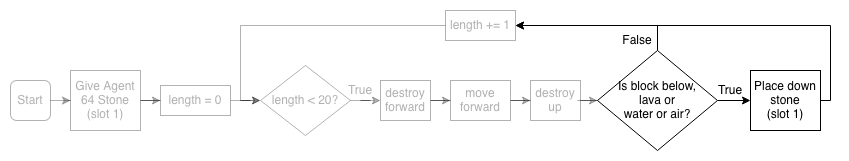
Before: tutorials/python-islands/island-7/autominer/images/flowchart-landscape_4.png, a diagram exported from draw.io (CausewayDigital/Minecraft-EE-MakeCode). Source tidied: cells renumbered, new cells last; positions are measured from the earlier drawing's top-left corner, leaving out a move shared by most shapes.
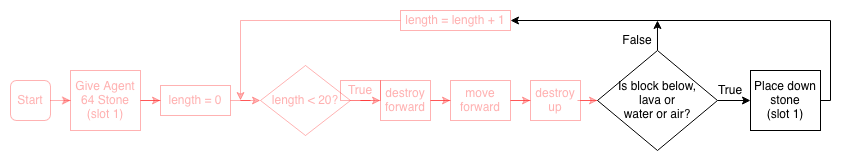
After the commit.

Commit message:
Updated flowchart images autominer island 7

The edit, as a diff of the source:
```diff
@@ -2,51 +2,56 @@
   <root>
     <mxCell id="0" />
     <mxCell id="1" parent="0" />
-    <mxCell id="2" style="edgeStyle=orthogonalEdgeStyle;rounded=0;jettySize=auto;html=1;opacity=30;textOpacity=30;" parent="1" edge="1" source="3" target="5">
+    <mxCell id="2" style="edgeStyle=orthogonalEdgeStyle;rounded=0;jettySize=auto;html=1;fontColor=#FF0000;textOpacity=30;strokeColor=#FF0000;opacity=30;" parent="1" edge="1" source="3" target="5">
       <mxGeometry relative="1" as="geometry" />
     </mxCell>
-    <mxCell id="3" value="Start" style="rounded=1;whiteSpace=wrap;html=1;opacity=30;textOpacity=30;" parent="1" vertex="1">
+    <mxCell id="3" value="Start" style="rounded=1;whiteSpace=wrap;html=1;fontColor=#FF0000;textOpacity=30;strokeColor=#FF0000;opacity=30;" parent="1" vertex="1">
       <mxGeometry y="70" width="40" height="40" as="geometry" />
     </mxCell>
-    <mxCell id="4" style="edgeStyle=orthogonalEdgeStyle;rounded=0;jettySize=auto;html=1;opacity=30;textOpacity=30;" parent="1" edge="1" source="5" target="7">
+    <mxCell id="4" style="edgeStyle=orthogonalEdgeStyle;rounded=0;jettySize=auto;html=1;fontColor=#FF0000;textOpacity=30;strokeColor=#FF0000;opacity=30;" parent="1" edge="1" source="5" target="7">
       <mxGeometry relative="1" as="geometry" />
     </mxCell>
-    <mxCell id="5" value="&lt;div&gt;Give Agent 64 Stone&lt;/div&gt;(slot 1)" style="rounded=0;whiteSpace=wrap;html=1;opacity=30;textOpacity=30;" parent="1" vertex="1">
+    <mxCell id="5" value="&lt;div&gt;Give Agent 64 Stone&lt;/div&gt;(slot 1)" style="rounded=0;whiteSpace=wrap;html=1;fontColor=#FF0000;textOpacity=30;strokeColor=#FF0000;opacity=30;" parent="1" vertex="1">
       <mxGeometry x="60" y="60" width="70" height="60" as="geometry" />
     </mxCell>
-    <mxCell id="6" style="edgeStyle=orthogonalEdgeStyle;rounded=0;jettySize=auto;html=1;opacity=30;textOpacity=30;" parent="1" edge="1" source="7" target="9">
+    <mxCell id="6" style="edgeStyle=orthogonalEdgeStyle;rounded=0;jettySize=auto;html=1;strokeColor=#FF0000;opacity=30;fontColor=#FF0000;textOpacity=30;" parent="1" edge="1" source="7" target="9">
       <mxGeometry relative="1" as="geometry" />
     </mxCell>
-    <mxCell id="7" value="length = 0" style="rounded=0;whiteSpace=wrap;html=1;opacity=30;textOpacity=30;" parent="1" vertex="1">
+    <mxCell id="7" value="length = 0" style="rounded=0;whiteSpace=wrap;html=1;fontColor=#FF0000;textOpacity=30;strokeColor=#FF0000;opacity=30;" parent="1" vertex="1">
       <mxGeometry x="150" y="75" width="70" height="30" as="geometry" />
     </mxCell>
-    <mxCell id="8" style="edgeStyle=orthogonalEdgeStyle;rounded=0;jettySize=auto;html=1;opacity=30;textOpacity=30;" parent="1" edge="1" source="9" target="11">
+    <mxCell id="8" style="edgeStyle=orthogonalEdgeStyle;rounded=0;jettySize=auto;html=1;strokeColor=#FF0000;opacity=30;fontColor=#FF0000;textOpacity=30;" parent="1" edge="1" source="9" target="11">
       <mxGeometry relative="1" as="geometry" />
     </mxCell>
-    <mxCell id="9" value="length &amp;lt; 20?" style="rhombus;whiteSpace=wrap;html=1;opacity=30;textOpacity=30;" parent="1" vertex="1">
+    <mxCell id="9" value="length &amp;lt; 20?" style="rhombus;whiteSpace=wrap;html=1;strokeColor=#FF0000;opacity=30;fontColor=#FF0000;textOpacity=30;" parent="1" vertex="1">
       <mxGeometry x="250" y="55" width="90" height="70" as="geometry" />
     </mxCell>
-    <mxCell id="10" style="edgeStyle=orthogonalEdgeStyle;rounded=0;jettySize=auto;html=1;opacity=30;textOpacity=30;" parent="1" edge="1" source="11" target="13">
+    <mxCell id="10" style="edgeStyle=orthogonalEdgeStyle;rounded=0;jettySize=auto;html=1;strokeColor=#FF0000;opacity=30;fontColor=#FF0000;textOpacity=30;" parent="1" edge="1" source="11" target="13">
       <mxGeometry relative="1" as="geometry" />
     </mxCell>
-    <mxCell id="11" value="destroy forward" style="rounded=0;whiteSpace=wrap;html=1;opacity=30;textOpacity=30;" parent="1" vertex="1">
+    <mxCell id="11" value="destroy forward" style="rounded=0;whiteSpace=wrap;html=1;strokeColor=#FF0000;opacity=30;fontColor=#FF0000;textOpacity=30;" parent="1" vertex="1">
       <mxGeometry x="370" y="70" width="50" height="40" as="geometry" />
     </mxCell>
-    <mxCell id="12" style="edgeStyle=orthogonalEdgeStyle;rounded=0;jettySize=auto;html=1;exitX=1;exitY=0.5;exitDx=0;exitDy=0;opacity=30;textOpacity=30;" parent="1" edge="1" source="13" target="15">
+    <mxCell id="12" style="edgeStyle=orthogonalEdgeStyle;rounded=0;jettySize=auto;html=1;exitX=1;exitY=0.5;exitDx=0;exitDy=0;strokeColor=#FF0000;opacity=30;fontColor=#FF0000;textOpacity=30;" parent="1" edge="1" source="13" target="15">
       <mxGeometry relative="1" as="geometry" />
     </mxCell>
-    <mxCell id="13" value="move forward" style="rounded=0;whiteSpace=wrap;html=1;opacity=30;textOpacity=30;" parent="1" vertex="1">
+    <mxCell id="13" value="move forward" style="rounded=0;whiteSpace=wrap;html=1;strokeColor=#FF0000;opacity=30;fontColor=#FF0000;textOpacity=30;" parent="1" vertex="1">
       <mxGeometry x="440" y="70" width="60" height="40" as="geometry" />
     </mxCell>
-    <mxCell id="14" style="edgeStyle=orthogonalEdgeStyle;rounded=0;jettySize=auto;html=1;opacity=30;textOpacity=30;" parent="1" edge="1" source="15" target="17">
+    <mxCell id="14" style="edgeStyle=orthogonalEdgeStyle;rounded=0;jettySize=auto;html=1;strokeColor=#FF0000;opacity=30;fontColor=#FF0000;textOpacity=30;" parent="1" edge="1" source="15" target="17">
       <mxGeometry relative="1" as="geometry" />
     </mxCell>
-    <mxCell id="15" value="destroy up" style="rounded=0;whiteSpace=wrap;html=1;opacity=30;textOpacity=30;" parent="1" vertex="1">
+    <mxCell id="15" value="destroy up" style="rounded=0;whiteSpace=wrap;html=1;strokeColor=#FF0000;opacity=30;fontColor=#FF0000;textOpacity=30;" parent="1" vertex="1">
       <mxGeometry x="520" y="70" width="50" height="40" as="geometry" />
     </mxCell>
     <mxCell id="16" style="edgeStyle=orthogonalEdgeStyle;rounded=0;jettySize=auto;html=1;" parent="1" edge="1" source="17" target="19">
       <mxGeometry relative="1" as="geometry" />
     </mxCell>
+    <mxCell id="26" style="edgeStyle=orthogonalEdgeStyle;rounded=0;jettySize=auto;html=1;exitX=0.5;exitY=0;exitDx=0;exitDy=0;" parent="1" edge="1" source="17">
+      <mxGeometry relative="1" as="geometry">
+        <mxPoint x="647" y="10" as="targetPoint" />
+      </mxGeometry>
+    </mxCell>
     <mxCell id="17" value="Is block below, &lt;br&gt;lava or &lt;br&gt;water or air?" style="rhombus;whiteSpace=wrap;html=1;" parent="1" vertex="1">
       <mxGeometry x="587" y="40" width="120" height="100" as="geometry" />
     </mxCell>
@@ -54,34 +59,30 @@
       <mxGeometry relative="1" as="geometry">
         <Array as="points">
           <mxPoint x="820" y="90" />
-          <mxPoint x="820" y="15" />
+          <mxPoint x="820" y="10" />
+          <mxPoint x="505" y="10" />
         </Array>
       </mxGeometry>
     </mxCell>
     <mxCell id="19" value="&lt;div&gt;Place down stone&lt;/div&gt;(slot 1)" style="rounded=0;whiteSpace=wrap;html=1;" parent="1" vertex="1">
       <mxGeometry x="740" y="60" width="70" height="60" as="geometry" />
     </mxCell>
-    <mxCell id="20" value="True&lt;span style=&quot;color: rgba(0 , 0 , 0 , 0) ; font-family: monospace ; font-size: 0px&quot;&gt;%3CmxGraphModel%3E%3Croot%3E%3CmxCell%20id%3D%220%22%2F%3E%3CmxCell%20id%3D%221%22%20parent%3D%220%22%2F%3E%3CmxCell%20id%3D%222%22%20value%3D%22destroy%20forward%22%20style%3D%22rounded%3D0%3BwhiteSpace%3Dwrap%3Bhtml%3D1%3B%22%20vertex%3D%221%22%20parent%3D%221%22%3E%3CmxGeometry%20x%3D%22240%22%20y%3D%22560%22%20width%3D%22120%22%20height%3D%2260%22%20as%3D%22geometry%22%2F%3E%3C%2FmxCell%3E%3C%2Froot%3E%3C%2FmxGraphModel%3E&lt;/span&gt;" style="text;html=1;align=center;verticalAlign=middle;whiteSpace=wrap;rounded=0;opacity=30;textOpacity=30;" parent="1" vertex="1">
+    <mxCell id="20" value="True&lt;span style=&quot;font-family: monospace; font-size: 0px;&quot;&gt;%3CmxGraphModel%3E%3Croot%3E%3CmxCell%20id%3D%220%22%2F%3E%3CmxCell%20id%3D%221%22%20parent%3D%220%22%2F%3E%3CmxCell%20id%3D%222%22%20value%3D%22destroy%20forward%22%20style%3D%22rounded%3D0%3BwhiteSpace%3Dwrap%3Bhtml%3D1%3B%22%20vertex%3D%221%22%20parent%3D%221%22%3E%3CmxGeometry%20x%3D%22240%22%20y%3D%22560%22%20width%3D%22120%22%20height%3D%2260%22%20as%3D%22geometry%22%2F%3E%3C%2FmxCell%3E%3C%2Froot%3E%3C%2FmxGraphModel%3E&lt;/span&gt;" style="text;html=1;align=center;verticalAlign=middle;whiteSpace=wrap;rounded=0;strokeColor=#FF0000;opacity=30;fontColor=#FF0000;textOpacity=30;" parent="1" vertex="1">
       <mxGeometry x="330" y="70" width="40" height="20" as="geometry" />
     </mxCell>
     <mxCell id="21" value="True&lt;span style=&quot;color: rgba(0 , 0 , 0 , 0) ; font-family: monospace ; font-size: 0px&quot;&gt;%3CmxGraphModel%3E%3Croot%3E%3CmxCell%20id%3D%220%22%2F%3E%3CmxCell%20id%3D%221%22%20parent%3D%220%22%2F%3E%3CmxCell%20id%3D%222%22%20value%3D%22destroy%20forward%22%20style%3D%22rounded%3D0%3BwhiteSpace%3Dwrap%3Bhtml%3D1%3B%22%20vertex%3D%221%22%20parent%3D%221%22%3E%3CmxGeometry%20x%3D%22240%22%20y%3D%22560%22%20width%3D%22120%22%20height%3D%2260%22%20as%3D%22geometry%22%2F%3E%3C%2FmxCell%3E%3C%2Froot%3E%3C%2FmxGraphModel%3E&lt;/span&gt;" style="text;html=1;align=center;verticalAlign=middle;whiteSpace=wrap;rounded=0;" parent="1" vertex="1">
       <mxGeometry x="700" y="70" width="40" height="20" as="geometry" />
     </mxCell>
-    <mxCell id="22" style="edgeStyle=orthogonalEdgeStyle;rounded=0;jettySize=auto;html=1;exitX=1;exitY=1;exitDx=0;exitDy=0;entryX=1;entryY=0.5;entryDx=0;entryDy=0;" parent="1" edge="1" source="23" target="25">
-      <mxGeometry relative="1" as="geometry">
-        <Array as="points">
-          <mxPoint x="647" y="15" />
-        </Array>
-      </mxGeometry>
-    </mxCell>
     <mxCell id="23" value="False" style="text;html=1;align=center;verticalAlign=middle;whiteSpace=wrap;rounded=0;" parent="1" vertex="1">
       <mxGeometry x="607" y="20" width="40" height="20" as="geometry" />
     </mxCell>
-    <mxCell id="24" style="edgeStyle=orthogonalEdgeStyle;rounded=0;jettySize=auto;html=1;entryX=0;entryY=0.5;entryDx=0;entryDy=0;opacity=30;textOpacity=30;" parent="1" edge="1" source="25" target="9">
-      <mxGeometry relative="1" as="geometry" />
-    </mxCell>
+    <mxCell id="27" style="edgeStyle=orthogonalEdgeStyle;rounded=0;jettySize=auto;html=1;exitX=0;exitY=0.5;exitDx=0;exitDy=0;strokeColor=#FF0000;opacity=30;fontColor=#FF0000;textOpacity=30;" parent="1" edge="1" source="25">
+      <mxGeometry relative="1" as="geometry">
+        <mxPoint x="230" y="90" as="targetPoint" />
+      </mxGeometry>
+    </mxCell>
-    <mxCell id="25" value="length += 1" style="rounded=0;whiteSpace=wrap;html=1;opacity=30;textOpacity=30;" parent="1" vertex="1">
-      <mxGeometry x="435" width="70" height="30" as="geometry" />
+    <mxCell id="25" value="length = length + 1" style="rounded=0;whiteSpace=wrap;html=1;strokeColor=#FF0000;opacity=30;fontColor=#FF0000;textOpacity=30;" parent="1" vertex="1">
+      <mxGeometry x="390" width="110" height="20" as="geometry" />
     </mxCell>
   </root>
 </mxGraphModel>
```
